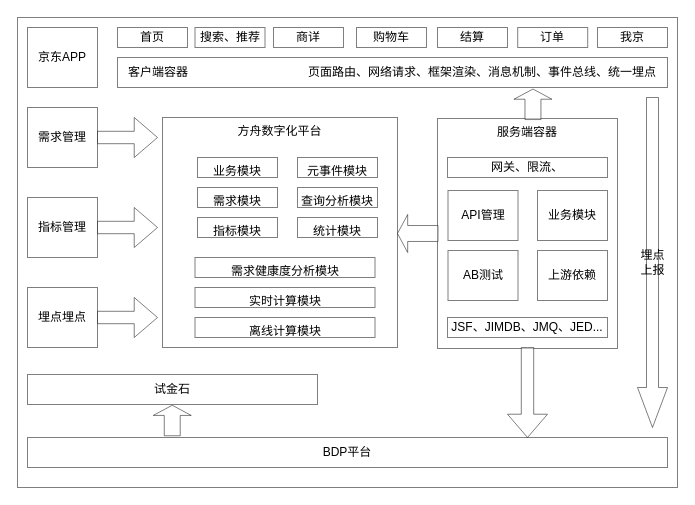
Above: page "整体架构" (6 of 7) of 需求ROI评估.drawio in lihongliang1989/diagram (draw.io), before the change. Source tidied: cells renumbered, new cells numbered last; positions are measured from the earlier drawing's top-left corner, leaving out a move shared by most shapes. Both pictures are drawn from the tidied source at 100%, with x=0, y=0 at pixel (17, 17).
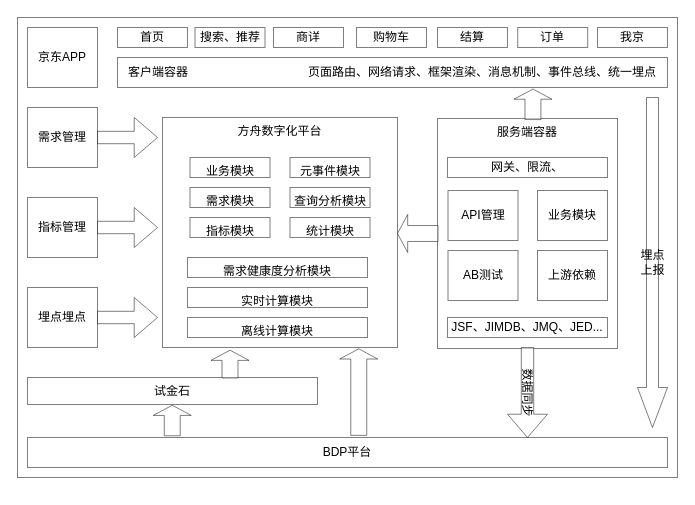
The same diagram, later.

What changed in the source:
```diff
@@
     <mxCell id="2" style="rounded=0;whiteSpace=wrap;html=1;shadow=0;glass=0;sketch=0;fontColor=#000000;strokeColor=#000000;strokeWidth=1;fillColor=#FFFFFF;align=left;verticalAlign=top;opacity=50;" parent="1" vertex="1">
-      <mxGeometry width="660" height="470" as="geometry" />
+      <mxGeometry width="660" height="460" as="geometry" />
     </mxCell>
@@
     <mxCell id="13" value="业务模块" style="rounded=0;whiteSpace=wrap;html=1;shadow=0;glass=0;sketch=0;fontColor=#000000;strokeColor=#000000;strokeWidth=1;fillColor=#FFFFFF;align=center;verticalAlign=top;opacity=50;" parent="1" vertex="1">
-      <mxGeometry x="180" y="140" width="80" height="20" as="geometry" />
+      <mxGeometry x="172.5" y="140" width="80" height="20" as="geometry" />
     </mxCell>
     <mxCell id="14" value="需求模块" style="rounded=0;whiteSpace=wrap;html=1;shadow=0;glass=0;sketch=0;fontColor=#000000;strokeColor=#000000;strokeWidth=1;fillColor=#FFFFFF;align=center;verticalAlign=top;opacity=50;" parent="1" vertex="1">
-      <mxGeometry x="180" y="170" width="80" height="20" as="geometry" />
+      <mxGeometry x="172.5" y="170" width="80" height="20" as="geometry" />
     </mxCell>
     <mxCell id="15" value="指标模块" style="rounded=0;whiteSpace=wrap;html=1;shadow=0;glass=0;sketch=0;fontColor=#000000;strokeColor=#000000;strokeWidth=1;fillColor=#FFFFFF;align=center;verticalAlign=top;opacity=50;" parent="1" vertex="1">
-      <mxGeometry x="180" y="200" width="80" height="20" as="geometry" />
+      <mxGeometry x="172.5" y="200" width="80" height="20" as="geometry" />
     </mxCell>
     <mxCell id="16" value="统计模块" style="rounded=0;whiteSpace=wrap;html=1;shadow=0;glass=0;sketch=0;fontColor=#000000;strokeColor=#000000;strokeWidth=1;fillColor=#FFFFFF;align=center;verticalAlign=top;opacity=50;" parent="1" vertex="1">
-      <mxGeometry x="280" y="200" width="80" height="20" as="geometry" />
+      <mxGeometry x="272.5" y="200" width="80" height="20" as="geometry" />
     </mxCell>
     <mxCell id="17" value="实时计算模块" style="rounded=0;whiteSpace=wrap;html=1;shadow=0;glass=0;sketch=0;fontColor=#000000;strokeColor=#000000;strokeWidth=1;fillColor=#FFFFFF;align=center;verticalAlign=top;opacity=50;" parent="1" vertex="1">
-      <mxGeometry x="177.5" y="270" width="180" height="20" as="geometry" />
+      <mxGeometry x="170" y="270" width="180" height="20" as="geometry" />
     </mxCell>
     <mxCell id="18" value="离线计算模块" style="rounded=0;whiteSpace=wrap;html=1;shadow=0;glass=0;sketch=0;fontColor=#000000;strokeColor=#000000;strokeWidth=1;fillColor=#FFFFFF;align=center;verticalAlign=top;opacity=50;" parent="1" vertex="1">
-      <mxGeometry x="177.5" y="300" width="180" height="20" as="geometry" />
+      <mxGeometry x="170" y="300" width="180" height="20" as="geometry" />
     </mxCell>
     <mxCell id="19" value="元事件模块" style="rounded=0;whiteSpace=wrap;html=1;shadow=0;glass=0;sketch=0;fontColor=#000000;strokeColor=#000000;strokeWidth=1;fillColor=#FFFFFF;align=center;verticalAlign=top;opacity=50;" parent="1" vertex="1">
-      <mxGeometry x="280" y="140" width="80" height="20" as="geometry" />
+      <mxGeometry x="272.5" y="140" width="80" height="20" as="geometry" />
     </mxCell>
     <mxCell id="20" value="查询分析模块" style="rounded=0;whiteSpace=wrap;html=1;shadow=0;glass=0;sketch=0;fontColor=#000000;strokeColor=#000000;strokeWidth=1;fillColor=#FFFFFF;align=center;verticalAlign=top;opacity=50;" parent="1" vertex="1">
-      <mxGeometry x="280" y="170" width="80" height="20" as="geometry" />
+      <mxGeometry x="272.5" y="170" width="80" height="20" as="geometry" />
     </mxCell>
@@
     <mxCell id="31" value="试金石" style="rounded=0;whiteSpace=wrap;html=1;shadow=0;glass=0;sketch=0;fontColor=#000000;strokeColor=#000000;strokeWidth=1;fillColor=#FFFFFF;align=center;verticalAlign=middle;opacity=50;" parent="1" vertex="1">
-      <mxGeometry x="10" y="357" width="290" height="30" as="geometry" />
+      <mxGeometry x="10" y="360" width="290" height="27" as="geometry" />
     </mxCell>
@@
-    <mxCell id="33" style="html=1;shadow=0;dashed=0;align=center;verticalAlign=middle;shape=mxgraph.arrows2.arrow;dy=0.69;dx=23.27;notch=0;rounded=0;glass=0;sketch=0;fontColor=#000000;strokeColor=#000000;strokeWidth=1;fillColor=#FFFFFF;opacity=50;rotation=90;" parent="1" vertex="1">
+    <mxCell id="33" value="数据同步" style="html=1;shadow=0;dashed=0;align=center;verticalAlign=middle;shape=mxgraph.arrows2.arrow;dy=0.69;dx=23.27;notch=0;rounded=0;glass=0;sketch=0;fontColor=#000000;strokeColor=#000000;strokeWidth=1;fillColor=#FFFFFF;opacity=50;rotation=90;" parent="1" vertex="1">
       <mxGeometry x="465" y="355" width="90" height="40" as="geometry" />
     </mxCell>
     <mxCell id="34" value="需求健康度分析模块" style="rounded=0;whiteSpace=wrap;html=1;shadow=0;glass=0;sketch=0;fontColor=#000000;strokeColor=#000000;strokeWidth=1;fillColor=#FFFFFF;align=center;verticalAlign=top;opacity=50;" parent="1" vertex="1">
-      <mxGeometry x="177.5" y="240" width="180" height="20" as="geometry" />
+      <mxGeometry x="170" y="240" width="180" height="20" as="geometry" />
     </mxCell>
@@
+    <mxCell id="42" style="html=1;shadow=0;dashed=0;align=center;verticalAlign=middle;shape=mxgraph.arrows2.arrow;dy=0.58;dx=10.18;notch=0;rounded=0;glass=0;sketch=0;fontColor=#000000;strokeColor=#000000;strokeWidth=1;fillColor=#FFFFFF;opacity=50;rotation=-90;" parent="1" vertex="1">
+      <mxGeometry x="198.6" y="327.6" width="27.8" height="38" as="geometry" />
+    </mxCell>
+    <mxCell id="43" style="html=1;shadow=0;dashed=0;align=center;verticalAlign=middle;shape=mxgraph.arrows2.arrow;dy=0.58;dx=10.18;notch=0;rounded=0;glass=0;sketch=0;fontColor=#000000;strokeColor=#000000;strokeWidth=1;fillColor=#FFFFFF;opacity=50;rotation=-90;" parent="1" vertex="1">
+      <mxGeometry x="298" y="355.6" width="86.5" height="38" as="geometry" />
+    </mxCell>
```
